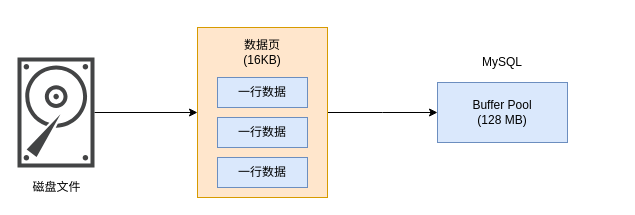
Above: page "加载数据到buffer pool" (1 of 8) of mysql/buffer pool结构图.drawio in erlieStar/diagrams (draw.io), before the change. Source tidied: cells renumbered, new cells numbered last; positions are measured from the earlier drawing's top-left corner, leaving out a move shared by most shapes. Both pictures are drawn from the tidied source at 100%, with x=0, y=0 at pixel (17, 27).
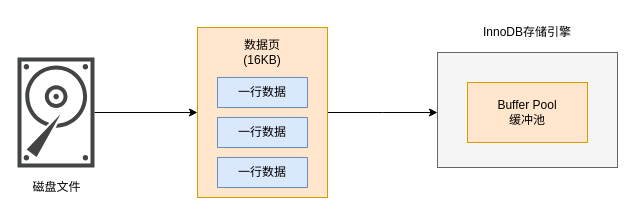
The same page after the edit.

The edit, as a diff of the source:
```diff
@@
 <mxGraphModel>
   <root>
     <mxCell id="0" />
     <mxCell id="1" parent="0" />
     <mxCell id="2" style="edgeStyle=orthogonalEdgeStyle;rounded=0;jettySize=auto;html=1;exitX=1;exitY=0.5;exitDx=0;exitDy=0;" parent="1" edge="1" source="3">
       <mxGeometry relative="1" as="geometry">
         <mxPoint x="420" y="85" as="targetPoint" />
       </mxGeometry>
     </mxCell>
     <mxCell id="3" style="rounded=0;whiteSpace=wrap;html=1;fillColor=#ffe6cc;strokeColor=#d79b00;" parent="1" vertex="1">
       <mxGeometry x="180" width="130" height="170" as="geometry" />
     </mxCell>
-    <mxCell id="4" value="Buffer Pool&lt;br&gt;(128 MB)" style="rounded=0;whiteSpace=wrap;html=1;fillColor=#dae8fc;strokeColor=#6c8ebf;" parent="1" vertex="1">
-      <mxGeometry x="420" y="55" width="130" height="60" as="geometry" />
-    </mxCell>
-    <mxCell id="5" value="MySQL" style="text;html=1;strokeColor=none;fillColor=none;align=center;verticalAlign=middle;whiteSpace=wrap;rounded=0;" parent="1" vertex="1">
-      <mxGeometry x="455" y="20" width="60" height="30" as="geometry" />
-    </mxCell>
     <mxCell id="6" style="edgeStyle=orthogonalEdgeStyle;rounded=0;jettySize=auto;html=1;entryX=0;entryY=0.5;entryDx=0;entryDy=0;" parent="1" edge="1" source="7" target="3">
       <mxGeometry relative="1" as="geometry" />
     </mxCell>
     <mxCell id="7" style="sketch=0;shadow=0;dashed=0;html=1;strokeColor=none;fillColor=#434445;labelPosition=center;verticalLabelPosition=bottom;verticalAlign=top;align=center;outlineConnect=0;shape=mxgraph.vvd.disk;" parent="1" vertex="1">
       <mxGeometry y="30" width="77" height="110" as="geometry" />
     </mxCell>
     <mxCell id="8" value="磁盘文件" style="text;html=1;align=center;verticalAlign=middle;strokeColor=none;fillColor=none;" parent="1" vertex="1">
       <mxGeometry x="8.5" y="150" width="60" height="20" as="geometry" />
     </mxCell>
     <mxCell id="9" value="一行数据" style="rounded=0;whiteSpace=wrap;html=1;fillColor=#dae8fc;strokeColor=#6c8ebf;" parent="1" vertex="1">
       <mxGeometry x="200" y="50" width="90" height="30" as="geometry" />
     </mxCell>
     <mxCell id="10" value="一行数据" style="rounded=0;whiteSpace=wrap;html=1;fillColor=#dae8fc;strokeColor=#6c8ebf;" parent="1" vertex="1">
       <mxGeometry x="200" y="90" width="90" height="30" as="geometry" />
     </mxCell>
     <mxCell id="11" value="一行数据" style="rounded=0;whiteSpace=wrap;html=1;fillColor=#dae8fc;strokeColor=#6c8ebf;" parent="1" vertex="1">
       <mxGeometry x="200" y="130" width="90" height="30" as="geometry" />
     </mxCell>
     <mxCell id="12" value="数据页&lt;br&gt;(16KB)" style="text;html=1;strokeColor=none;fillColor=none;align=center;verticalAlign=middle;whiteSpace=wrap;rounded=0;" parent="1" vertex="1">
       <mxGeometry x="215" y="10" width="60" height="30" as="geometry" />
     </mxCell>
+    <mxCell id="13" style="rounded=0;whiteSpace=wrap;html=1;fillColor=#f5f5f5;strokeColor=#666666;fontColor=#333333;" parent="1" vertex="1">
+      <mxGeometry x="420" y="25" width="180" height="115" as="geometry" />
+    </mxCell>
+    <mxCell id="14" value="InnoDB存储引擎" style="text;html=1;strokeColor=none;fillColor=none;align=center;verticalAlign=middle;whiteSpace=wrap;rounded=0;" parent="1" vertex="1">
+      <mxGeometry x="450" y="-10" width="120" height="30" as="geometry" />
+    </mxCell>
+    <mxCell id="15" value="Buffer Pool&lt;br&gt;缓冲池" style="rounded=0;whiteSpace=wrap;html=1;fillColor=#ffe6cc;strokeColor=#d79b00;" parent="1" vertex="1">
+      <mxGeometry x="450" y="55" width="120" height="60" as="geometry" />
+    </mxCell>
   </root>
 </mxGraphModel>
```
